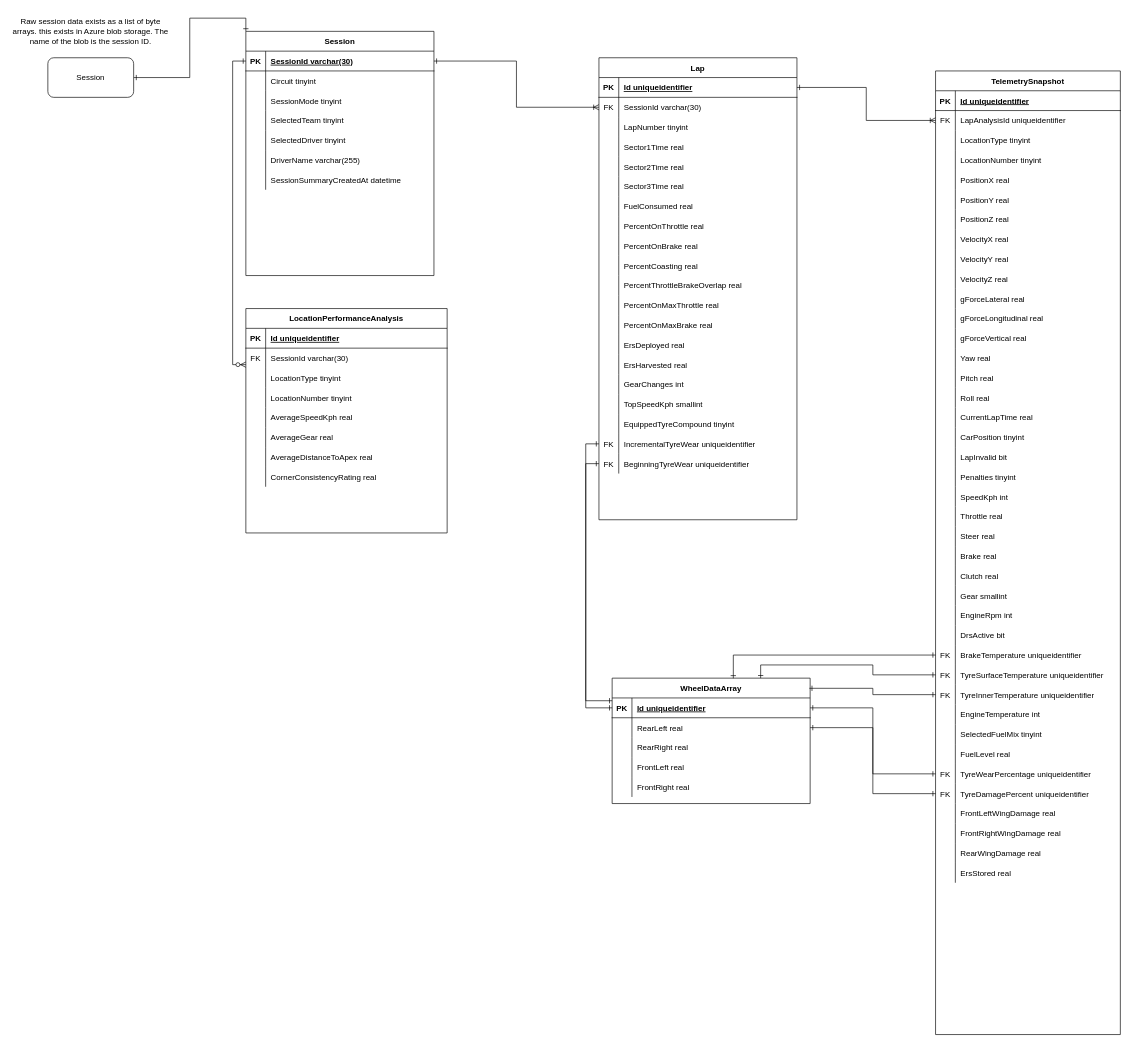
Above: page "Sessions" (1 of 2) of Cloud Storage Maps/ApexVisualSqlErd.drawio in TimHanewich/ApexVisual.F1_2020 (draw.io), before the change. Source tidied: cells renumbered, new cells numbered last; positions are measured from the earlier drawing's top-left corner, leaving out a move shared by most shapes. Both pictures are drawn from the tidied source at 66%, with x=0, y=0 at pixel (11, 11).
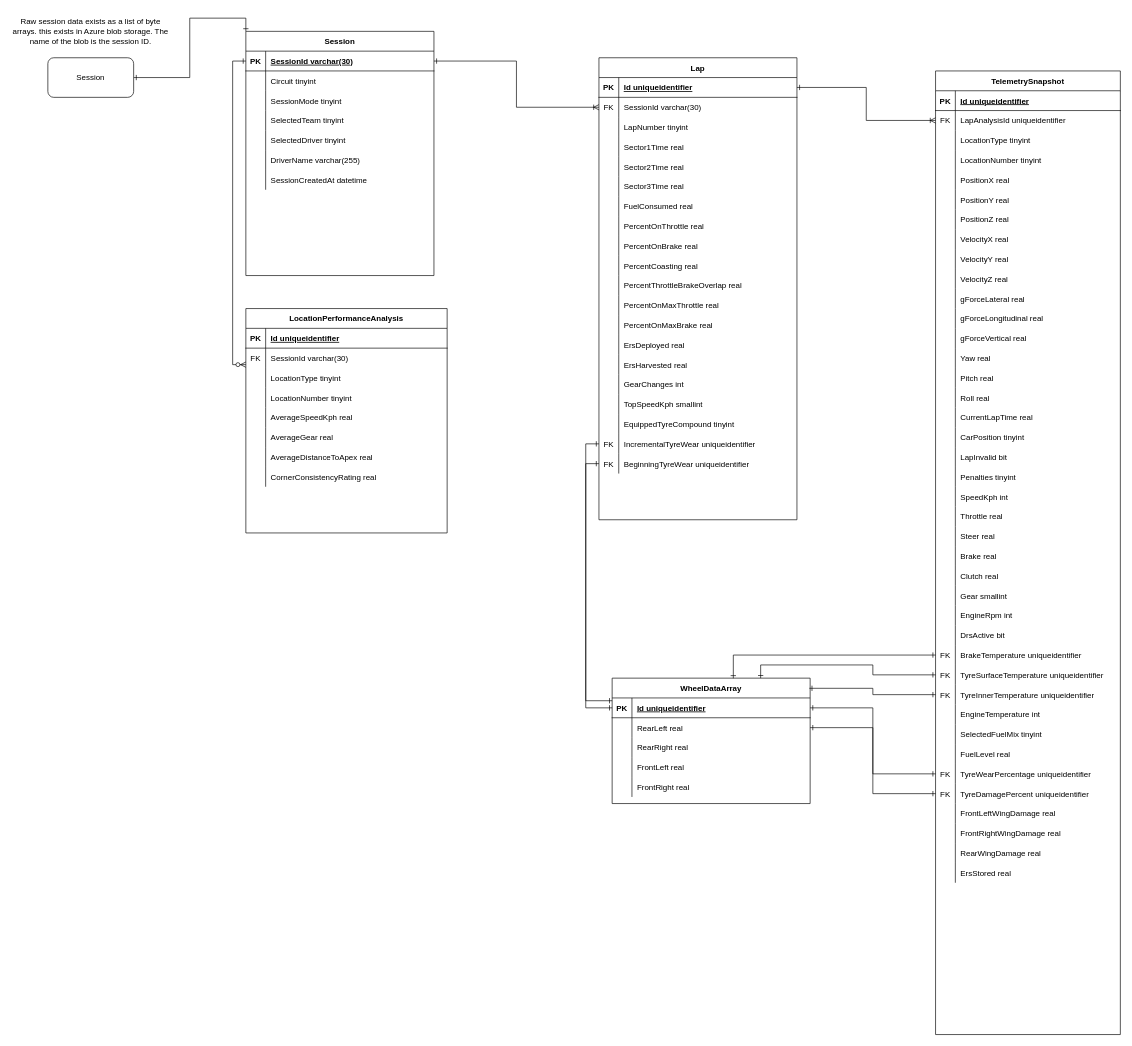
After the change.

Commit message (it also covers changes not shown here):
Renamed column in sql

The change refers to these unchanged cells:
```xml
<mxCell id="145" style="shape=partialRectangle;fillColor=none;top=0;left=0;bottom=0;right=0;" parent="126" vertex="1">
  <mxGeometry y="210" width="285" height="30" as="geometry" />
</mxCell>
```

Change to the diagram source:
```diff
@@
-    <mxCell id="147" value="SessionSummaryCreatedAt datetime" style="shape=partialRectangle;fillColor=none;top=0;left=0;bottom=0;right=0;align=left;spacingLeft=6;overflow=hidden;" parent="145" vertex="1">
+    <mxCell id="147" value="SessionCreatedAt datetime" style="shape=partialRectangle;fillColor=none;top=0;left=0;bottom=0;right=0;align=left;spacingLeft=6;overflow=hidden;" parent="145" vertex="1">
       <mxGeometry x="30" width="255" height="30" as="geometry" />
     </mxCell>
```
